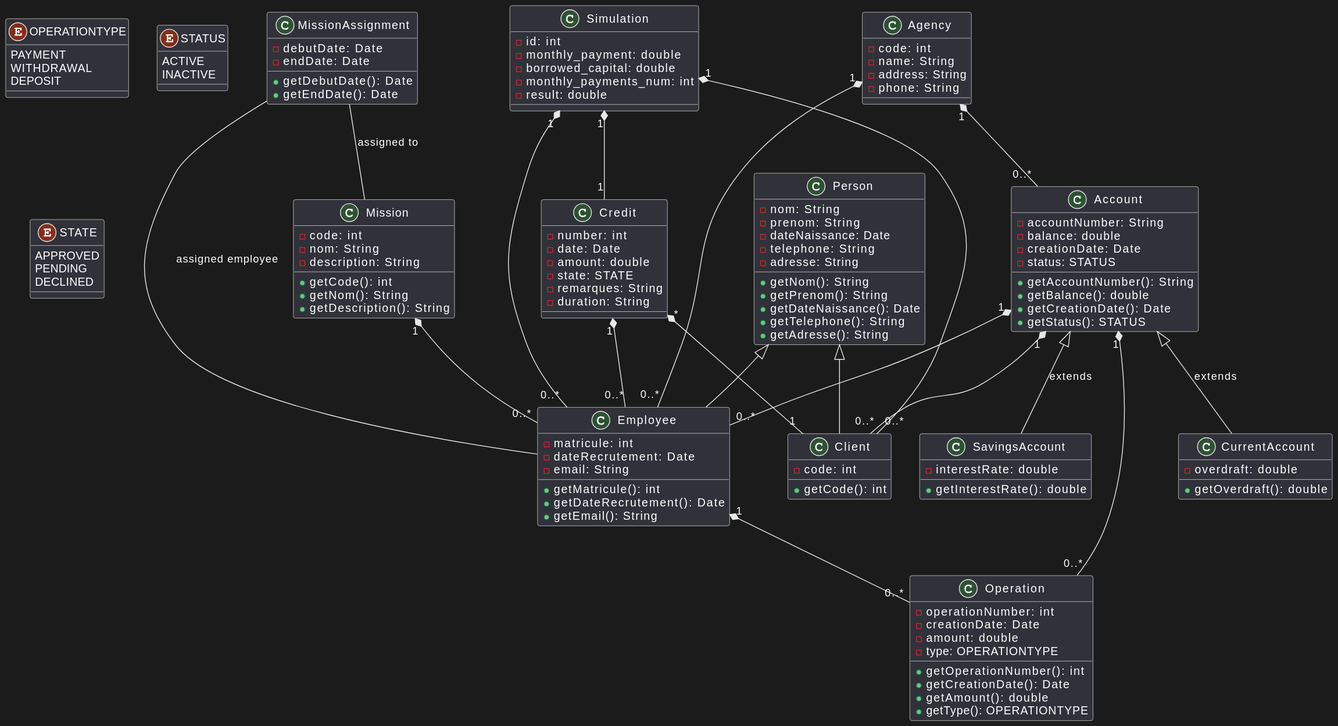
AhmedEnnaime/EasyBank keeps this PlantUML diagram as assets/class_diagram.svg. Above is the earlier version.
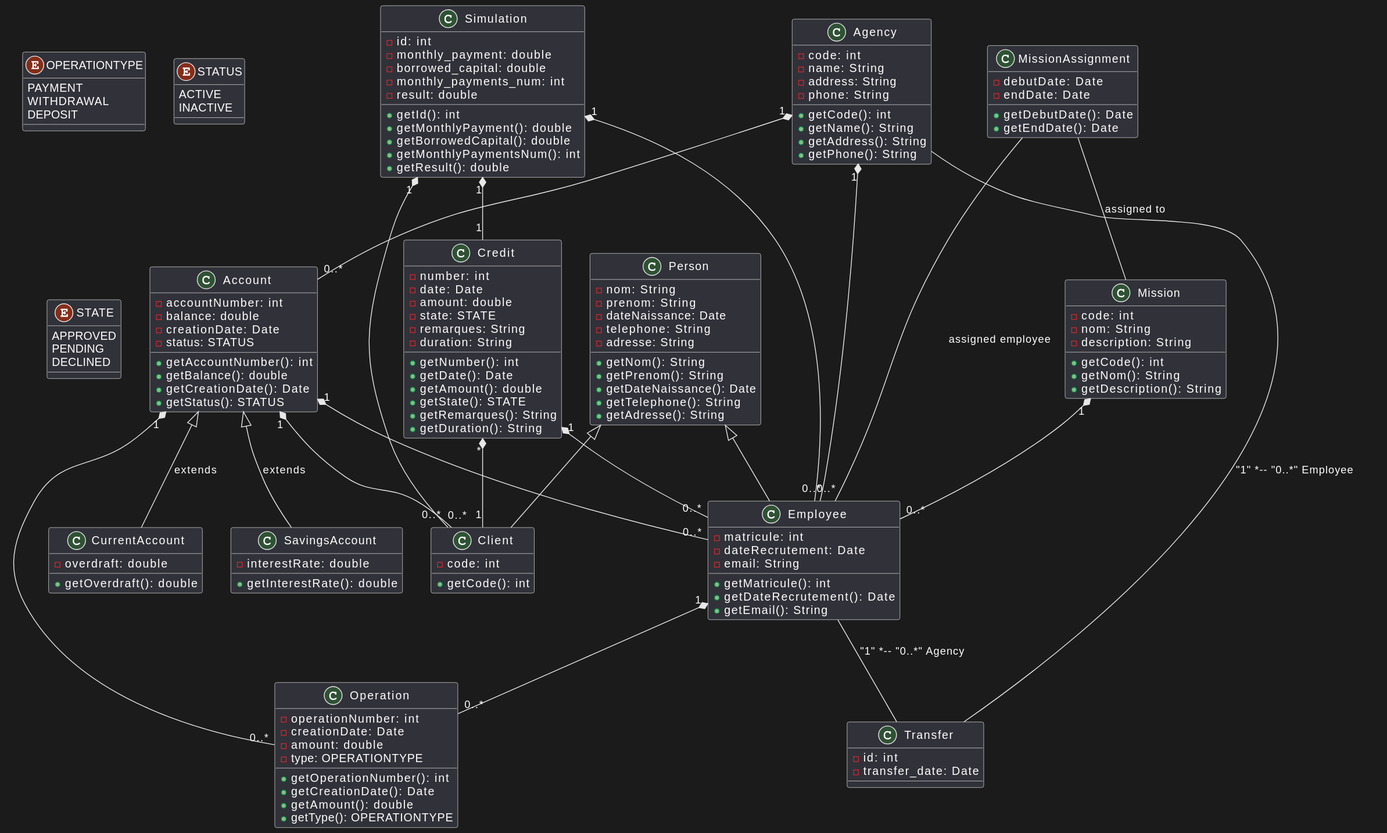
After the change.

Commit message:
EAS-60 changed some stuff in diagram class and working on db architecture

The edit, as a diff of the source:
```diff
@@ -1,10 +1,10 @@
 @startuml
 class Account {
-  -accountNumber: String
+  -accountNumber: int
   -balance: double
   -creationDate: Date
   -status: STATUS
-  +getAccountNumber(): String
+  +getAccountNumber(): int
   +getBalance(): double
   +getCreationDate(): Date
   +getStatus(): STATUS
@@ -79,7 +79,15 @@
   -name: String
   -address: String
   -phone: String
+  +getCode(): int
+  +getName(): String
+  +getAddress(): String
+  +getPhone(): String
+}
 
+class Transfer {
+  -id: int
+  -transfer_date: Date
 }
 
 class Simulation {
@@ -88,6 +96,11 @@
   -borrowed_capital: double
   -monthly_payments_num: int
   -result: double
+  +getId(): int
+  +getMonthlyPayment(): double
+  +getBorrowedCapital(): double
+  +getMonthlyPaymentsNum(): int
+  +getResult(): double
 }
 
 class Credit {
@@ -97,15 +110,19 @@
   -state: STATE
   -remarques: String
   -duration: String
+  +getNumber(): int
+  +getDate(): Date
+  +getAmount(): double
+  +getState(): STATE
+  +getRemarques(): String
+  +getDuration(): String
 }
-
 
 Enum OPERATIONTYPE {
   PAYMENT
   WITHDRAWAL
   DEPOSIT
 }
-
 
 Enum STATUS {
   ACTIVE
@@ -134,4 +151,6 @@
 Credit "1" *-- "0..*" Employee
 Credit "*" *-- "1" Client
 Simulation "1" *-- "1" Credit
+Agency -- Transfer : "1" *-- "0..*" Employee
+Employee -- Transfer : "1" *-- "0..*" Agency
 @enduml
```
